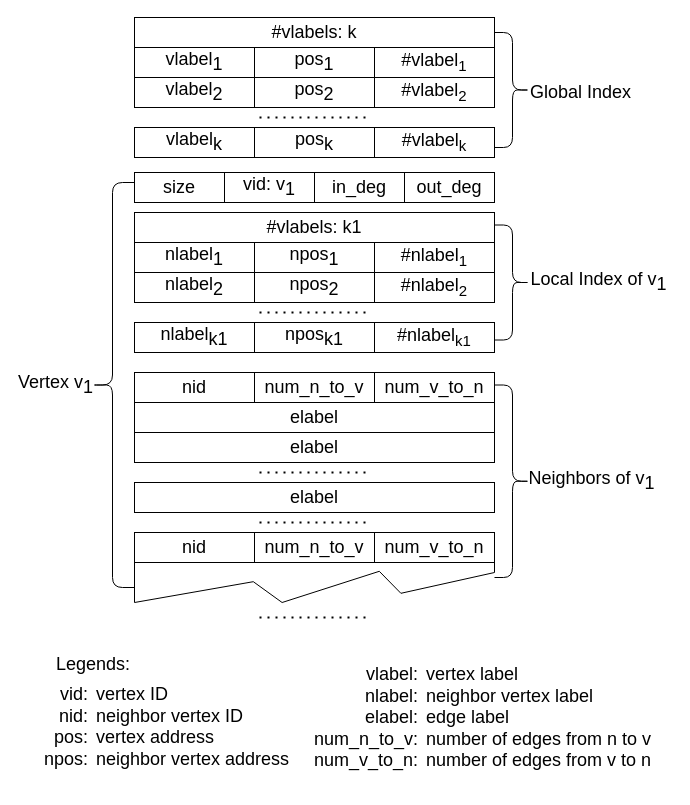
Before: img/data_graph.drawio in E-Neo/opgm-paper, a draw.io diagram. Source tidied: cells renumbered, new cells numbered last; positions are measured from the earlier drawing's top-left corner, leaving out a move shared by most shapes. Both pictures are drawn from the tidied source at 100%, with x=0, y=0 at pixel (30, 17).
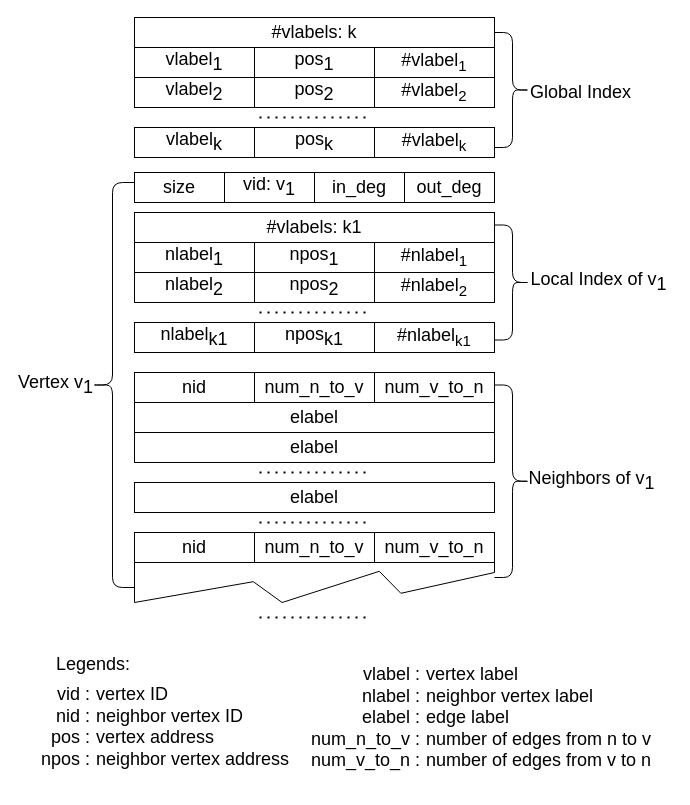
Above is the later version.

The edit, as a diff of the source:
```diff
@@
-    <mxCell id="51" value="&lt;font style=&quot;font-size: 18px&quot;&gt;vlabel:&lt;br&gt;nlabel:&lt;br&gt;elabel:&lt;br&gt;num_n_to_v:&lt;br&gt;num_v_to_n:&lt;br&gt;&lt;/font&gt;" style="rounded=0;whiteSpace=wrap;html=1;align=right;verticalAlign=top;strokeColor=#FFFFFF;" parent="1" vertex="1">
-      <mxGeometry x="284" y="640" width="106" height="130" as="geometry" />
+    <mxCell id="51" value="&lt;font style=&quot;font-size: 18px&quot;&gt;vlabel :&lt;br&gt;nlabel :&lt;br&gt;elabel :&lt;br&gt;num_n_to_v :&lt;br&gt;num_v_to_n :&lt;br&gt;&lt;/font&gt;" style="rounded=0;whiteSpace=wrap;html=1;align=right;verticalAlign=top;strokeColor=#FFFFFF;" parent="1" vertex="1">
+      <mxGeometry x="262" y="640" width="130" height="130" as="geometry" />
     </mxCell>
-    <mxCell id="52" value="&lt;div style=&quot;&quot;&gt;&lt;span style=&quot;font-size: 18px&quot;&gt;vid:&lt;/span&gt;&lt;/div&gt;&lt;font style=&quot;font-size: 18px&quot;&gt;&lt;div style=&quot;&quot;&gt;&lt;span&gt;nid:&lt;/span&gt;&lt;/div&gt;&lt;div style=&quot;&quot;&gt;&lt;span&gt;pos:&lt;/span&gt;&lt;/div&gt;&lt;span&gt;&lt;div style=&quot;&quot;&gt;&lt;span&gt;npos:&lt;/span&gt;&lt;/div&gt;&lt;/span&gt;&lt;/font&gt;" style="rounded=0;whiteSpace=wrap;html=1;align=right;verticalAlign=top;strokeColor=#FFFFFF;" parent="1" vertex="1">
-      <mxGeometry y="660" width="60" height="90" as="geometry" />
+    <mxCell id="52" value="&lt;div&gt;&lt;span style=&quot;font-size: 18px&quot;&gt;vid :&lt;/span&gt;&lt;/div&gt;&lt;font style=&quot;font-size: 18px&quot;&gt;&lt;div&gt;&lt;span&gt;nid :&lt;/span&gt;&lt;/div&gt;&lt;div&gt;&lt;span&gt;pos :&lt;/span&gt;&lt;/div&gt;&lt;span&gt;&lt;div&gt;&lt;span&gt;npos :&lt;/span&gt;&lt;/div&gt;&lt;/span&gt;&lt;/font&gt;" style="rounded=0;whiteSpace=wrap;html=1;align=right;verticalAlign=top;strokeColor=#FFFFFF;" parent="1" vertex="1">
+      <mxGeometry x="2" y="660" width="60" height="90" as="geometry" />
     </mxCell>
```
